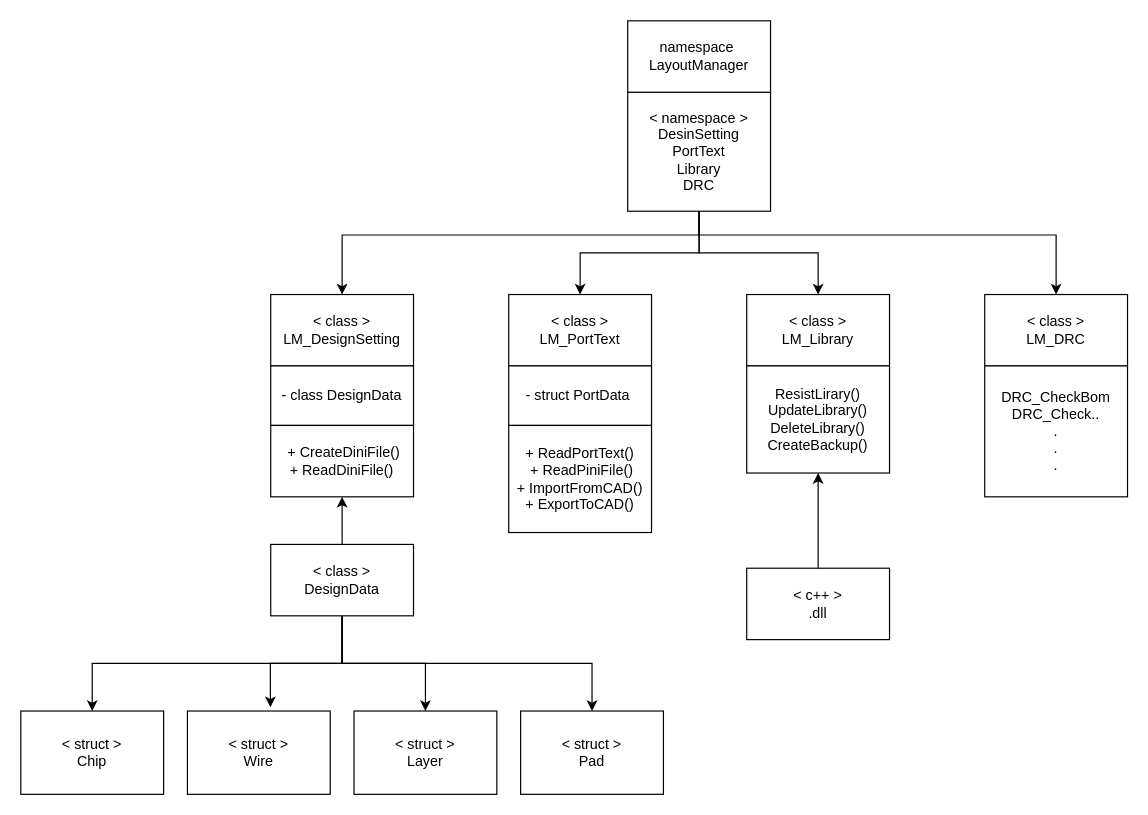
Above: MyDll/ClassDiagram.drawio in ethanVodka/CppToCSharp (draw.io), before the change. Source tidied: cells renumbered, new cells numbered last; positions are measured from the earlier drawing's top-left corner, leaving out a move shared by most shapes. Both pictures are drawn from the tidied source at 119%, with x=0, y=0 at pixel (20, 20).
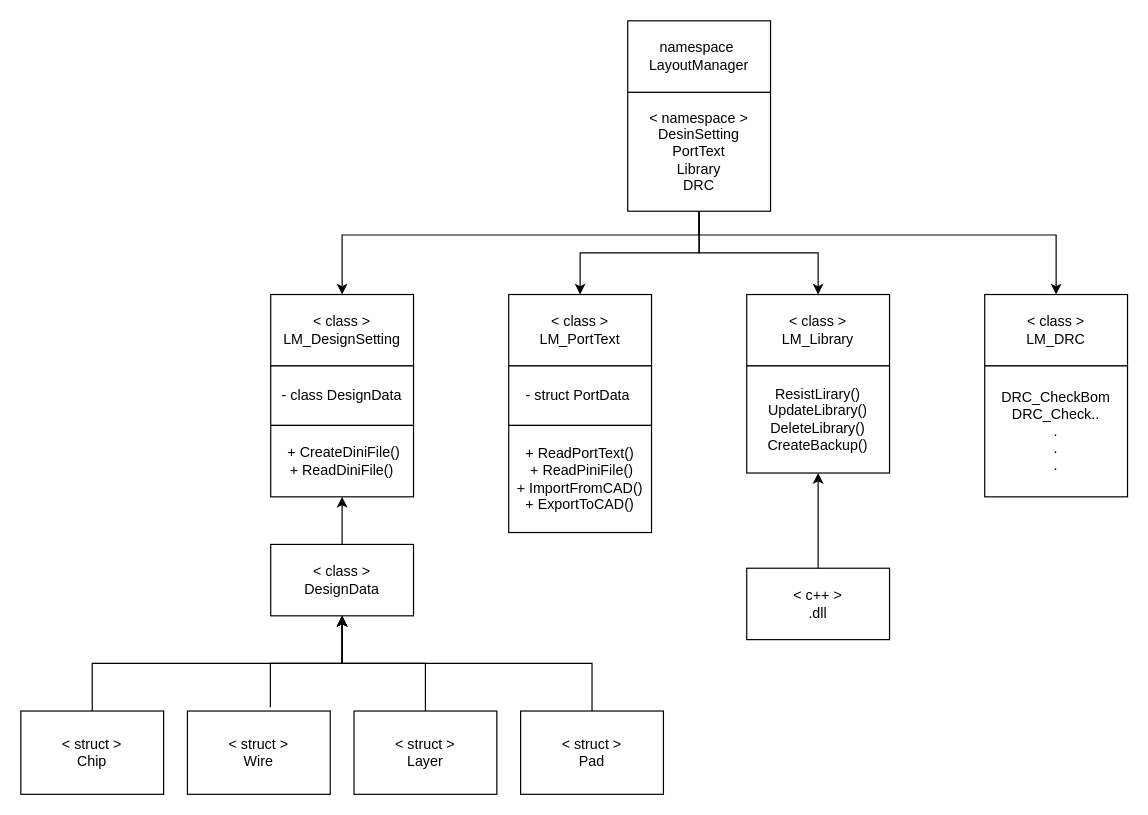
The same page after the edit.

Commit message:
ClassDiagram.drawio を更新します

Unchanged cells that the change refers to:
```xml
<mxCell id="23" value="&amp;lt; class &amp;gt;&lt;br&gt;DesignData" style="rounded=0;whiteSpace=wrap;html=1;" parent="1" vertex="1">
  <mxGeometry x="210" y="440" width="120" height="60" as="geometry" />
</mxCell>
<mxCell id="24" value="&amp;lt; struct &amp;gt;&lt;br&gt;Chip" style="rounded=0;whiteSpace=wrap;html=1;" parent="1" vertex="1">
  <mxGeometry y="580" width="120" height="70" as="geometry" />
</mxCell>
<mxCell id="25" value="&amp;lt; struct &amp;gt;&lt;br style=&quot;border-color: var(--border-color);&quot;&gt;Wire" style="rounded=0;whiteSpace=wrap;html=1;" parent="1" vertex="1">
  <mxGeometry x="140" y="580" width="120" height="70" as="geometry" />
</mxCell>
<mxCell id="26" value="&amp;lt; struct &amp;gt;&lt;br style=&quot;border-color: var(--border-color);&quot;&gt;Layer" style="rounded=0;whiteSpace=wrap;html=1;" parent="1" vertex="1">
  <mxGeometry x="280" y="580" width="120" height="70" as="geometry" />
</mxCell>
<mxCell id="27" value="&amp;lt; struct &amp;gt;&lt;br style=&quot;border-color: var(--border-color);&quot;&gt;Pad" style="rounded=0;whiteSpace=wrap;html=1;" parent="1" vertex="1">
  <mxGeometry x="420" y="580" width="120" height="70" as="geometry" />
</mxCell>
```

Change to the diagram source:
```diff
@@
-    <mxCell id="18" style="edgeStyle=orthogonalEdgeStyle;rounded=0;jettySize=auto;html=1;" parent="1" edge="1" source="23" target="26">
+    <mxCell id="18" style="edgeStyle=orthogonalEdgeStyle;rounded=0;jettySize=auto;html=1;" parent="1" edge="1" source="26" target="23">
       <mxGeometry relative="1" as="geometry" />
     </mxCell>
-    <mxCell id="19" style="edgeStyle=orthogonalEdgeStyle;rounded=0;jettySize=auto;html=1;exitX=0.5;exitY=1;exitDx=0;exitDy=0;entryX=0.581;entryY=-0.045;entryDx=0;entryDy=0;entryPerimeter=0;" parent="1" edge="1" source="23" target="25">
+    <mxCell id="19" style="edgeStyle=orthogonalEdgeStyle;rounded=0;jettySize=auto;html=1;exitX=0.581;exitY=-0.045;exitDx=0;exitDy=0;entryX=0.5;entryY=1;entryDx=0;entryDy=0;exitPerimeter=0;" parent="1" edge="1" source="25" target="23">
       <mxGeometry relative="1" as="geometry" />
     </mxCell>
-    <mxCell id="20" style="edgeStyle=orthogonalEdgeStyle;rounded=0;jettySize=auto;html=1;exitX=0.5;exitY=1;exitDx=0;exitDy=0;entryX=0.5;entryY=0;entryDx=0;entryDy=0;" parent="1" edge="1" source="23" target="24">
+    <mxCell id="20" style="edgeStyle=orthogonalEdgeStyle;rounded=0;jettySize=auto;html=1;exitX=0.5;exitY=0;exitDx=0;exitDy=0;entryX=0.5;entryY=1;entryDx=0;entryDy=0;" parent="1" edge="1" source="24" target="23">
       <mxGeometry relative="1" as="geometry" />
     </mxCell>
-    <mxCell id="21" style="edgeStyle=orthogonalEdgeStyle;rounded=0;jettySize=auto;html=1;exitX=0.5;exitY=1;exitDx=0;exitDy=0;entryX=0.5;entryY=0;entryDx=0;entryDy=0;" parent="1" edge="1" source="23" target="27">
+    <mxCell id="21" style="edgeStyle=orthogonalEdgeStyle;rounded=0;jettySize=auto;html=1;exitX=0.5;exitY=0;exitDx=0;exitDy=0;entryX=0.5;entryY=1;entryDx=0;entryDy=0;" parent="1" edge="1" source="27" target="23">
       <mxGeometry relative="1" as="geometry" />
     </mxCell>
```
